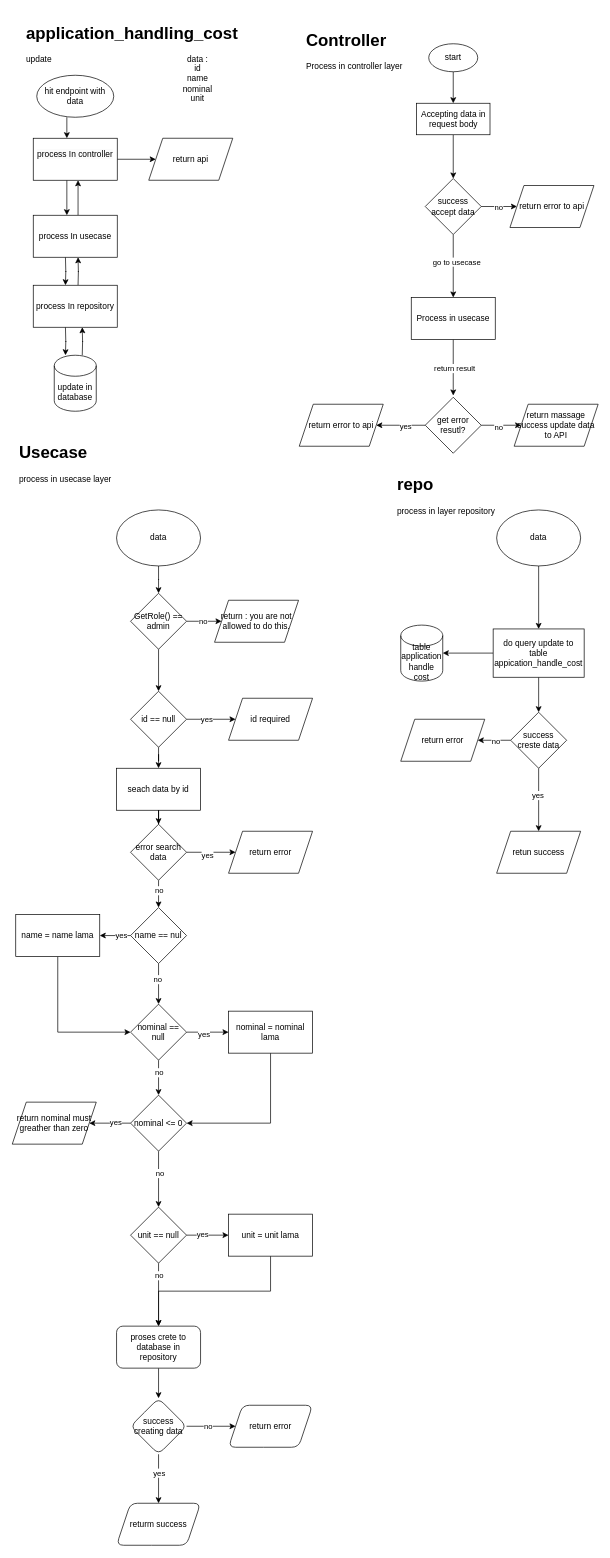
Earlier version of the draw.io diagram page "update" (4 of 5) of loan interest.drawio (MasEBTa/drawio). Source tidied: cells renumbered, new cells numbered last; positions are measured from the earlier drawing's top-left corner, leaving out a move shared by most shapes. Both pictures are drawn from the tidied source at 70%, with x=0, y=0 at pixel (12, 19).
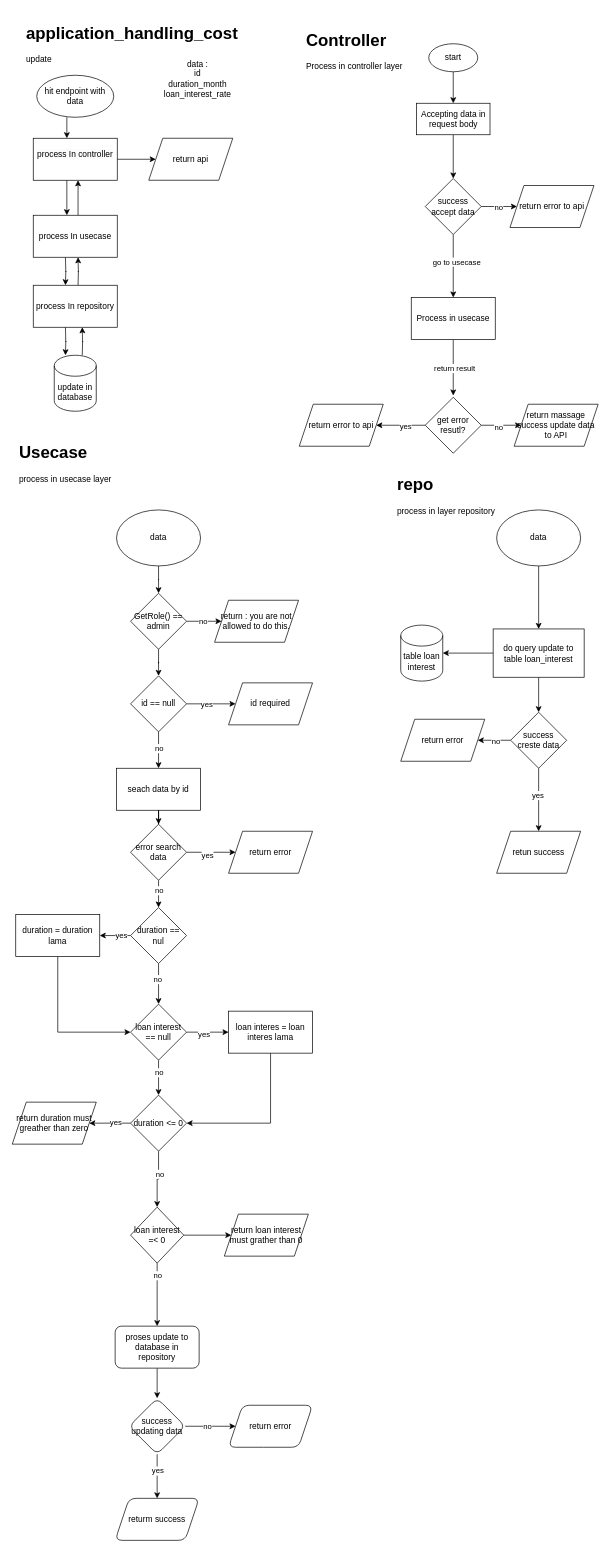
After the change.

Unchanged cells that the change refers to:
```xml
<mxCell id="96" style="edgeStyle=orthogonalEdgeStyle;rounded=0;jettySize=auto;html=1;exitX=0.5;exitY=1;exitDx=0;exitDy=0;" parent="1" edge="1" source="94" target="97">
  <mxGeometry relative="1" as="geometry" />
</mxCell>
```

What changed in the source:
```diff
@@
-    <mxCell id="3" value="data :&lt;br&gt;id&lt;br style=&quot;border-color: var(--border-color);&quot;&gt;name&lt;br style=&quot;border-color: var(--border-color);&quot;&gt;nominal&lt;br&gt;unit" style="text;html=1;strokeColor=none;fillColor=none;align=center;verticalAlign=middle;whiteSpace=wrap;rounded=0;" parent="1" vertex="1">
+    <mxCell id="3" value="data :&lt;br&gt;id&lt;br style=&quot;border-color: var(--border-color);&quot;&gt;duration_month&lt;br style=&quot;border-color: var(--border-color);&quot;&gt;loan_interest_rate" style="text;html=1;strokeColor=none;fillColor=none;align=center;verticalAlign=middle;whiteSpace=wrap;rounded=0;" parent="1" vertex="1">
       <mxGeometry x="205" y="50" width="120" height="70" as="geometry" />
     </mxCell>
@@
-    <mxCell id="49" value="name == nul" style="rhombus;whiteSpace=wrap;html=1;" parent="1" vertex="1">
+    <mxCell id="49" value="duration == nul" style="rhombus;whiteSpace=wrap;html=1;" parent="1" vertex="1">
       <mxGeometry x="169" y="1269" width="80" height="80" as="geometry" />
     </mxCell>
@@
-    <mxCell id="55" value="nominal == null" style="rhombus;whiteSpace=wrap;html=1;" parent="1" vertex="1">
+    <mxCell id="55" value="loan interest == null" style="rhombus;whiteSpace=wrap;html=1;" parent="1" vertex="1">
       <mxGeometry x="169" y="1407" width="80" height="80" as="geometry" />
     </mxCell>
@@
-    <mxCell id="62" value="nominal &amp;lt;= 0" style="rhombus;whiteSpace=wrap;html=1;" parent="1" vertex="1">
+    <mxCell id="62" value="duration &amp;lt;= 0" style="rhombus;whiteSpace=wrap;html=1;" parent="1" vertex="1">
       <mxGeometry x="169" y="1537" width="80" height="80" as="geometry" />
     </mxCell>
@@
-    <mxCell id="65" style="edgeStyle=orthogonalEdgeStyle;rounded=0;jettySize=auto;html=1;" parent="1" edge="1" source="67" target="109">
-      <mxGeometry relative="1" as="geometry" />
-    </mxCell>
-    <mxCell id="66" value="yes" style="edgeLabel;html=1;align=center;verticalAlign=middle;" parent="65" vertex="1">
-      <mxGeometry x="-0.27" y="2" relative="1" as="geometry" />
-    </mxCell>
+    <mxCell id="110" style="edgeStyle=orthogonalEdgeStyle;rounded=0;jettySize=auto;html=1;" parent="1" edge="1" source="67" target="112">
+      <mxGeometry relative="1" as="geometry" />
+    </mxCell>
-    <mxCell id="67" value="unit == null" style="rhombus;whiteSpace=wrap;html=1;" parent="1" vertex="1">
-      <mxGeometry x="169" y="1697" width="80" height="80" as="geometry" />
+    <mxCell id="67" value="loan interest =&amp;lt;&amp;nbsp;0" style="rhombus;whiteSpace=wrap;html=1;" parent="1" vertex="1">
+      <mxGeometry x="169" y="1697" width="76" height="80" as="geometry" />
     </mxCell>
@@
-    <mxCell id="69" value="proses crete to database in repository" style="rounded=1;whiteSpace=wrap;html=1;" parent="1" vertex="1">
-      <mxGeometry x="149" y="1867" width="120" height="60" as="geometry" />
+    <mxCell id="69" value="proses update to database in repository" style="rounded=1;whiteSpace=wrap;html=1;" parent="1" vertex="1">
+      <mxGeometry x="147" y="1867" width="120" height="60" as="geometry" />
     </mxCell>
@@
-    <mxCell id="74" value="success creating data" style="rhombus;whiteSpace=wrap;html=1;rounded=1;" parent="1" vertex="1">
-      <mxGeometry x="169" y="1970" width="80" height="80" as="geometry" />
+    <mxCell id="74" value="success updating data" style="rhombus;whiteSpace=wrap;html=1;rounded=1;" parent="1" vertex="1">
+      <mxGeometry x="167" y="1970" width="80" height="80" as="geometry" />
     </mxCell>
@@
     <mxCell id="76" value="returm success" style="shape=parallelogram;perimeter=parallelogramPerimeter;whiteSpace=wrap;html=1;fixedSize=1;rounded=1;" parent="1" vertex="1">
-      <mxGeometry x="149" y="2120" width="120" height="60" as="geometry" />
+      <mxGeometry x="147" y="2113" width="120" height="60" as="geometry" />
     </mxCell>
@@
-    <mxCell id="82" value="do query update to table appication_handle_cost" style="whiteSpace=wrap;html=1;" parent="1" vertex="1">
+    <mxCell id="82" value="do query update to table loan_interest" style="whiteSpace=wrap;html=1;" parent="1" vertex="1">
       <mxGeometry x="687" y="871" width="130" height="69" as="geometry" />
     </mxCell>
-    <mxCell id="83" value="table application handle cost" style="shape=cylinder3;whiteSpace=wrap;html=1;boundedLbl=1;backgroundOutline=1;size=15;" parent="1" vertex="1">
+    <mxCell id="83" value="table loan interest" style="shape=cylinder3;whiteSpace=wrap;html=1;boundedLbl=1;backgroundOutline=1;size=15;" parent="1" vertex="1">
       <mxGeometry x="555" y="865.5" width="60" height="80" as="geometry" />
     </mxCell>
@@
     <mxCell id="94" value="id == null" style="rhombus;whiteSpace=wrap;html=1;" parent="1" vertex="1">
-      <mxGeometry x="169" y="960" width="80" height="80" as="geometry" />
+      <mxGeometry x="169" y="938" width="80" height="80" as="geometry" />
     </mxCell>
     <mxCell id="95" value="id required" style="shape=parallelogram;perimeter=parallelogramPerimeter;whiteSpace=wrap;html=1;fixedSize=1;" parent="1" vertex="1">
-      <mxGeometry x="309" y="970" width="120" height="60" as="geometry" />
+      <mxGeometry x="309" y="948" width="120" height="60" as="geometry" />
     </mxCell>
@@
+    <mxCell id="111" value="no" style="edgeLabel;html=1;align=center;verticalAlign=middle;" parent="96" vertex="1">
+      <mxGeometry x="-0.12" relative="1" as="geometry" />
+    </mxCell>
@@
-    <mxCell id="104" value="name = name lama" style="whiteSpace=wrap;html=1;" parent="1" vertex="1">
+    <mxCell id="104" value="duration = duration lama" style="whiteSpace=wrap;html=1;" parent="1" vertex="1">
       <mxGeometry x="5" y="1279" width="120" height="60" as="geometry" />
     </mxCell>
@@
-    <mxCell id="106" value="nominal = nominal lama" style="whiteSpace=wrap;html=1;" parent="1" vertex="1">
+    <mxCell id="106" value="loan interes = loan interes lama" style="whiteSpace=wrap;html=1;" parent="1" vertex="1">
       <mxGeometry x="309" y="1417" width="120" height="60" as="geometry" />
     </mxCell>
-    <mxCell id="107" value="return nominal must greather than zero" style="shape=parallelogram;perimeter=parallelogramPerimeter;whiteSpace=wrap;html=1;fixedSize=1;" parent="1" vertex="1">
+    <mxCell id="107" value="return duration must greather than zero" style="shape=parallelogram;perimeter=parallelogramPerimeter;whiteSpace=wrap;html=1;fixedSize=1;" parent="1" vertex="1">
       <mxGeometry y="1547" width="120" height="60" as="geometry" />
     </mxCell>
-    <mxCell id="108" style="edgeStyle=orthogonalEdgeStyle;rounded=0;jettySize=auto;html=1;exitX=0.5;exitY=1;exitDx=0;exitDy=0;entryX=0.5;entryY=0;entryDx=0;entryDy=0;" parent="1" edge="1" source="109" target="69">
-      <mxGeometry relative="1" as="geometry" />
-    </mxCell>
-    <mxCell id="109" value="unit = unit lama" style="whiteSpace=wrap;html=1;" parent="1" vertex="1">
-      <mxGeometry x="309" y="1707" width="120" height="60" as="geometry" />
-    </mxCell>
+    <mxCell id="112" value="return loan interest must grather than 0" style="shape=parallelogram;perimeter=parallelogramPerimeter;whiteSpace=wrap;html=1;fixedSize=1;" parent="1" vertex="1">
+      <mxGeometry x="303" y="1707" width="120" height="60" as="geometry" />
+    </mxCell>
```
